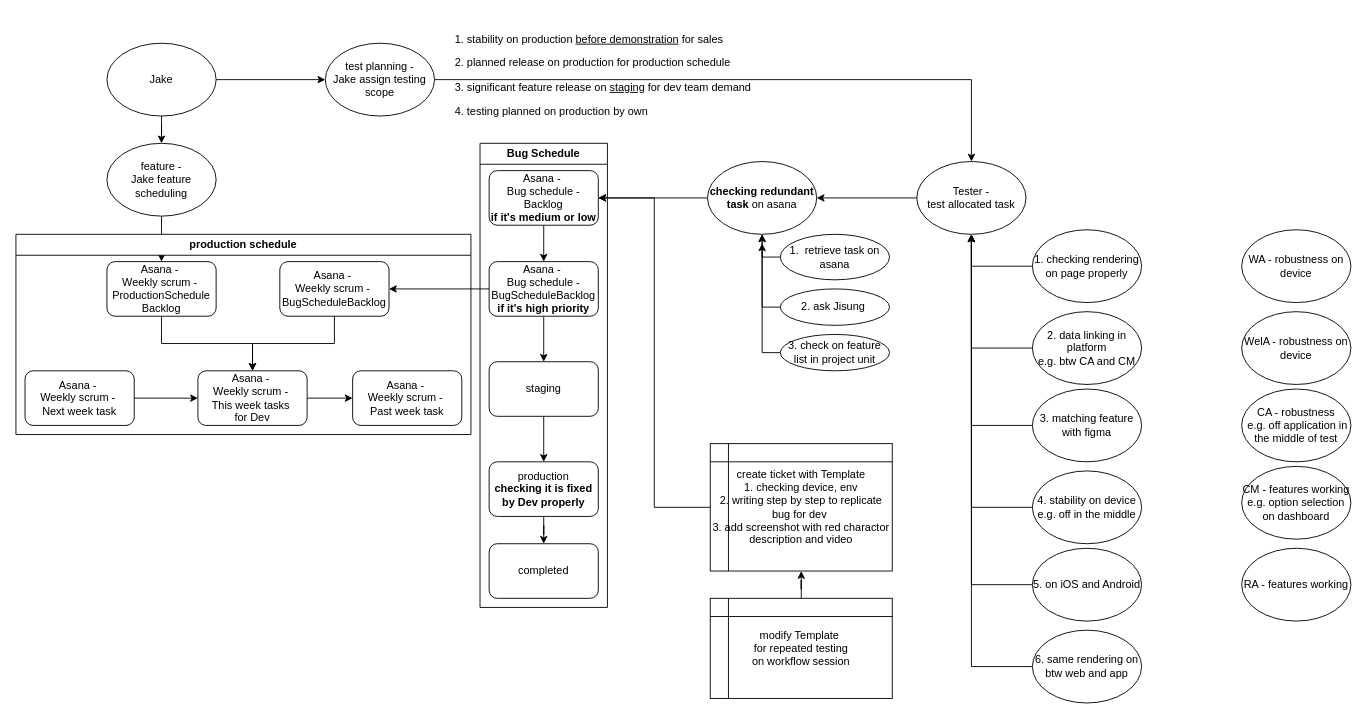
The draw.io diagram 제목 없는 다이어그램.drawio in Jisung-Pacific/AI-assist, before the edit. Source tidied: cells renumbered, new cells numbered last; positions are measured from the earlier drawing's top-left corner, leaving out a move shared by most shapes. Both pictures are drawn from the tidied source at 91%, with x=0, y=0 at pixel (15, 15).
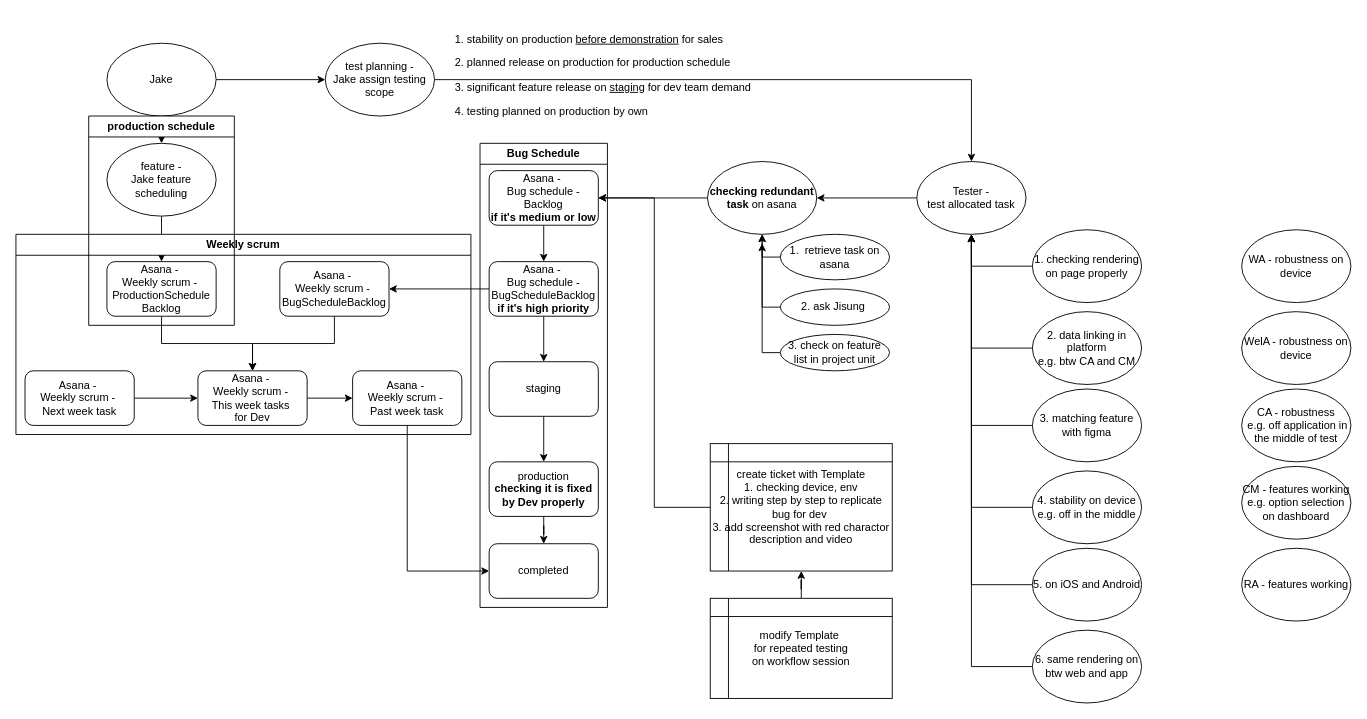
The same diagram, later.

Commit message:
제목 없는 다이어그램.drawio 업데이트

Unchanged cells that the change refers to:
```xml
<mxCell id="18" value="test planning -&lt;div&gt;Jake assign testing scope&lt;/div&gt;" style="ellipse;whiteSpace=wrap;html=1;" parent="1" vertex="1">
  <mxGeometry x="340" y="30" width="120" height="80" as="geometry" />
</mxCell>
<mxCell id="21" value="&lt;div&gt;Jake&lt;/div&gt;" style="ellipse;whiteSpace=wrap;html=1;" parent="1" vertex="1">
  <mxGeometry x="100" y="30" width="120" height="80" as="geometry" />
</mxCell>
<mxCell id="40" value="completed" style="rounded=1;whiteSpace=wrap;html=1;" parent="1" vertex="1">
  <mxGeometry x="520" y="580" width="120" height="60" as="geometry" />
</mxCell>
<mxCell id="56" value="Asana -&amp;nbsp;&lt;div&gt;Weekly scrum -&amp;nbsp;&lt;/div&gt;&lt;div&gt;Past week task&lt;/div&gt;" style="rounded=1;whiteSpace=wrap;html=1;" parent="53" vertex="1">
  <mxGeometry x="370" y="150" width="120" height="60" as="geometry" />
</mxCell>
```

The edit, as a diff of the source:
```diff
@@
+    <mxCell id="20" style="edgeStyle=orthogonalEdgeStyle;rounded=0;jettySize=auto;html=1;" parent="1" edge="1" source="21" target="18">
+      <mxGeometry relative="1" as="geometry" />
+    </mxCell>
@@
-    <mxCell id="20" style="edgeStyle=orthogonalEdgeStyle;rounded=0;jettySize=auto;html=1;" parent="1" edge="1" source="21" target="18">
-      <mxGeometry relative="1" as="geometry" />
-    </mxCell>
@@
-    <mxCell id="53" value="production schedule" style="swimlane;whiteSpace=wrap;html=1;" parent="1" vertex="1">
+    <mxCell id="53" value="Weekly scrum" style="swimlane;whiteSpace=wrap;html=1;" parent="1" vertex="1">
       <mxGeometry y="240" width="500" height="220" as="geometry" />
     </mxCell>
@@
+    <mxCell id="62" value="production schedule" style="swimlane;whiteSpace=wrap;html=1;" parent="1" vertex="1">
+      <mxGeometry x="80" y="110" width="160" height="230" as="geometry" />
+    </mxCell>
+    <mxCell id="63" style="edgeStyle=orthogonalEdgeStyle;rounded=0;orthogonalLoop=1;jettySize=auto;html=1;" parent="62" edge="1">
+      <mxGeometry relative="1" as="geometry">
+        <mxPoint x="200" y="180" as="targetPoint" />
+      </mxGeometry>
+    </mxCell>
+    <mxCell id="64" style="edgeStyle=orthogonalEdgeStyle;rounded=0;orthogonalLoop=1;jettySize=auto;html=1;" parent="62" edge="1">
+      <mxGeometry relative="1" as="geometry">
+        <mxPoint x="370" y="180" as="targetPoint" />
+      </mxGeometry>
+    </mxCell>
+    <mxCell id="65" style="edgeStyle=orthogonalEdgeStyle;rounded=0;jettySize=auto;html=1;entryX=0;entryY=0.5;entryDx=0;entryDy=0;exitX=0.5;exitY=1;exitDx=0;exitDy=0;" parent="1" edge="1" source="56" target="40">
+      <mxGeometry relative="1" as="geometry" />
+    </mxCell>
```
